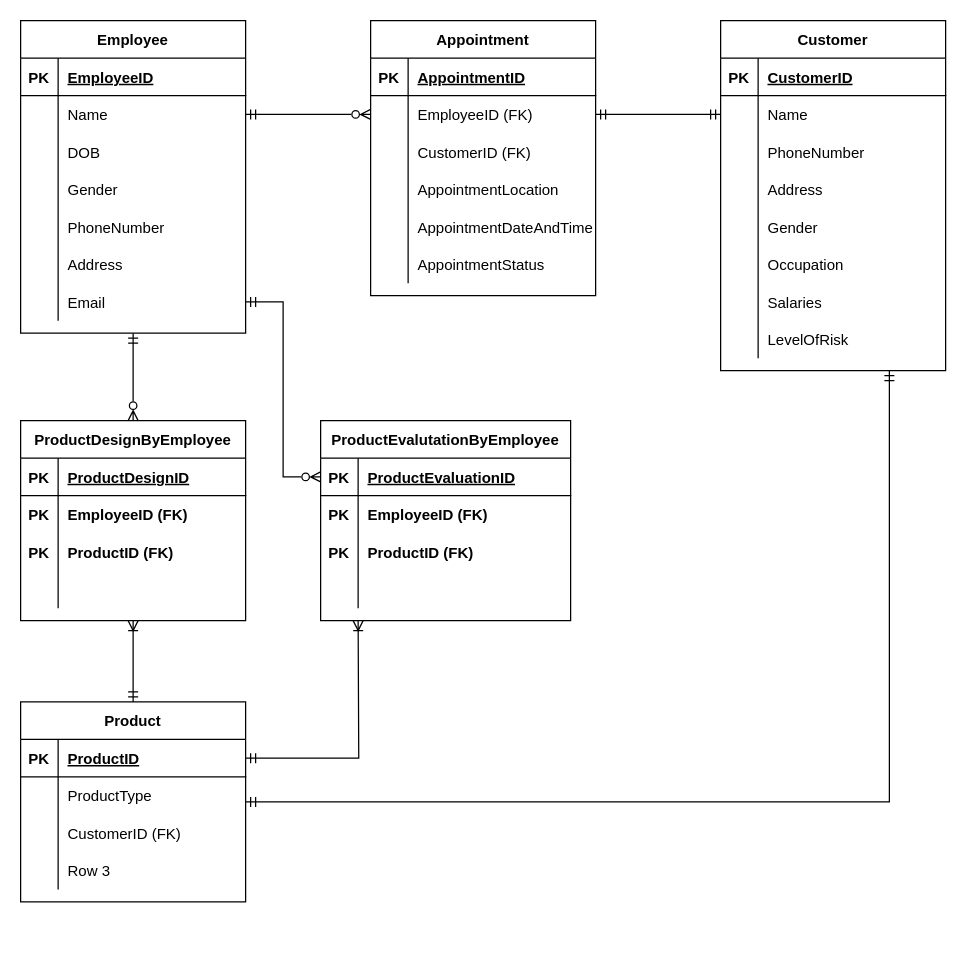
MaxCouling/infomgmt192 keeps this draw.io diagram as Assignment1.drawio. Above is the earlier version. Source tidied: cells renumbered, new cells numbered last; positions are measured from the earlier drawing's top-left corner, leaving out a move shared by most shapes. Both pictures are drawn from the tidied source at 125%, with x=0, y=0 at pixel (20, 20).
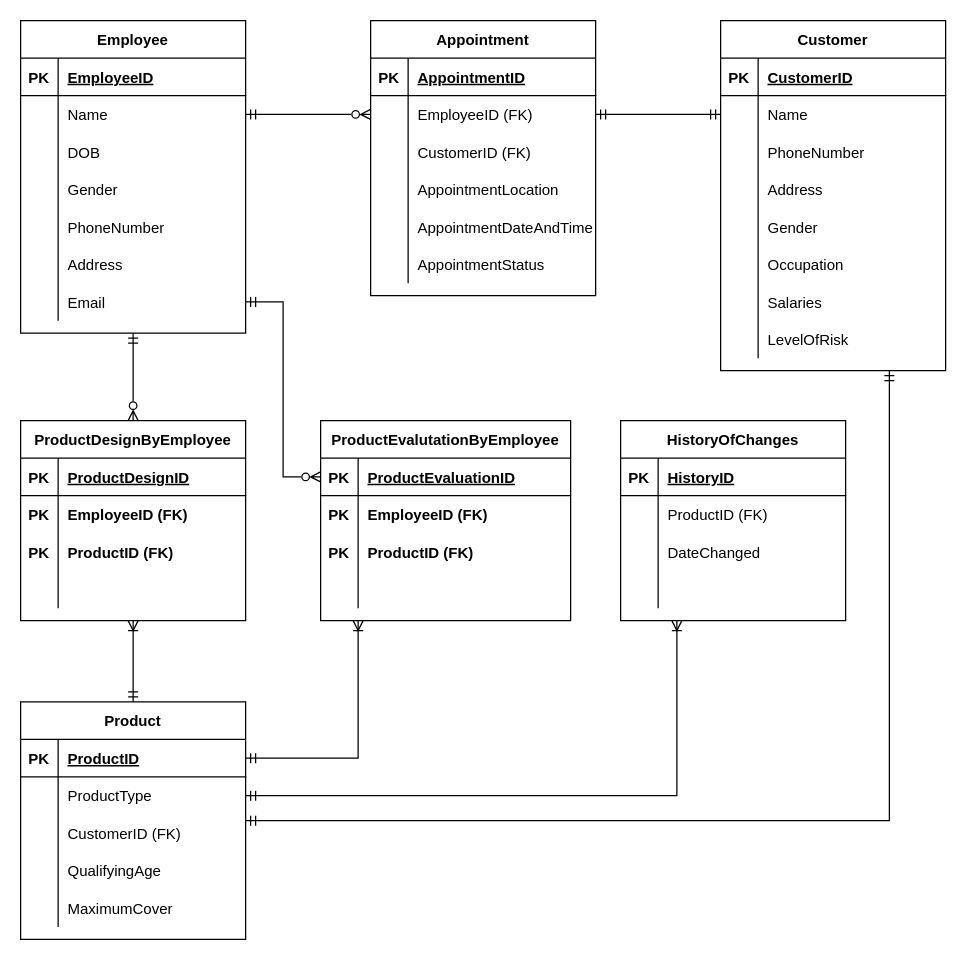
The same diagram, later.

The change refers to these unchanged cells:
```xml
<mxCell id="44" value="Customer" style="shape=table;startSize=30;childLayout=tableLayout;rowLines=0;fontStyle=1;align=center;" parent="1" vertex="1">
  <mxGeometry x="560" width="180" height="280" as="geometry" />
</mxCell>
<mxCell id="74" style="shape=tableRow;horizontal=0;startSize=0;swimlaneHead=0;swimlaneBody=0;fillColor=none;points=[[0,0.5],[1,0.5]];portConstraint=eastwest;top=0;left=0;right=0;bottom=1;" parent="73" vertex="1">
  <mxGeometry y="30" width="180" height="30" as="geometry" />
</mxCell>
<mxCell id="77" style="shape=tableRow;horizontal=0;startSize=0;swimlaneHead=0;swimlaneBody=0;fillColor=none;points=[[0,0.5],[1,0.5]];portConstraint=eastwest;top=0;left=0;right=0;bottom=0;" parent="73" vertex="1">
  <mxGeometry y="60" width="180" height="30" as="geometry" />
</mxCell>
<mxCell id="83" style="shape=tableRow;horizontal=0;startSize=0;swimlaneHead=0;swimlaneBody=0;fillColor=none;top=0;left=0;right=0;bottom=0;" parent="73" vertex="1">
  <mxGeometry y="120" width="180" height="30" as="geometry" />
</mxCell>
```

The edit, as a diff of the source:
```diff
@@
     <mxCell id="71" style="edgeStyle=orthogonalEdgeStyle;rounded=0;jettySize=auto;html=1;entryX=0.75;entryY=1;entryDx=0;entryDy=0;startArrow=ERmandOne;startFill=0;endArrow=ERmandOne;endFill=0;" parent="1" edge="1" source="73" target="44">
-      <mxGeometry relative="1" as="geometry" />
+      <mxGeometry relative="1" as="geometry">
+        <Array as="points">
+          <mxPoint x="695" y="640" />
+        </Array>
+      </mxGeometry>
     </mxCell>
@@
     <mxCell id="73" value="Product" style="shape=table;startSize=30;childLayout=tableLayout;rowLines=0;fontStyle=1;align=center;" parent="1" vertex="1">
-      <mxGeometry y="545" width="180" height="160" as="geometry" />
+      <mxGeometry y="545" width="180" height="190" as="geometry" />
     </mxCell>
@@
-    <mxCell id="85" value="Row 3" style="shape=partialRectangle;fillColor=none;top=0;left=0;bottom=0;right=0;align=left;spacingLeft=6;overflow=hidden;" parent="83" vertex="1">
+    <mxCell id="85" value="QualifyingAge" style="shape=partialRectangle;fillColor=none;top=0;left=0;bottom=0;right=0;align=left;spacingLeft=6;overflow=hidden;" parent="83" vertex="1">
       <mxGeometry x="30" width="150" height="30" as="geometry" />
     </mxCell>
+    <mxCell id="114" style="shape=tableRow;horizontal=0;startSize=0;swimlaneHead=0;swimlaneBody=0;fillColor=none;top=0;left=0;right=0;bottom=0;" parent="73" vertex="1">
+      <mxGeometry y="150" width="180" height="30" as="geometry" />
+    </mxCell>
+    <mxCell id="115" style="shape=partialRectangle;fillColor=none;top=0;left=0;bottom=0;right=0;overflow=hidden;" parent="114" vertex="1">
+      <mxGeometry width="30" height="30" as="geometry" />
+    </mxCell>
+    <mxCell id="116" value="MaximumCover" style="shape=partialRectangle;fillColor=none;top=0;left=0;bottom=0;right=0;align=left;spacingLeft=6;overflow=hidden;" parent="114" vertex="1">
+      <mxGeometry x="30" width="150" height="30" as="geometry" />
+    </mxCell>
@@
     <mxCell id="112" style="edgeStyle=orthogonalEdgeStyle;rounded=0;jettySize=auto;html=1;startArrow=ERmandOne;startFill=0;endArrow=ERoneToMany;endFill=0;" parent="1" edge="1" source="74">
       <mxGeometry relative="1" as="geometry">
         <mxPoint x="270" y="480" as="targetPoint" />
+        <Array as="points">
+          <mxPoint x="270" y="590" />
+        </Array>
       </mxGeometry>
     </mxCell>
@@
+    <mxCell id="117" value="HistoryOfChanges" style="shape=table;startSize=30;childLayout=tableLayout;rowLines=0;fontStyle=1;align=center;" parent="1" vertex="1">
+      <mxGeometry x="480" y="320" width="180" height="160" as="geometry" />
+    </mxCell>
+    <mxCell id="118" style="shape=tableRow;horizontal=0;startSize=0;swimlaneHead=0;swimlaneBody=0;fillColor=none;top=0;left=0;right=0;bottom=1;" parent="117" vertex="1">
+      <mxGeometry y="30" width="180" height="30" as="geometry" />
+    </mxCell>
+    <mxCell id="119" value="PK" style="shape=partialRectangle;fillColor=none;top=0;left=0;bottom=0;right=0;fontStyle=1;overflow=hidden;" parent="118" vertex="1">
+      <mxGeometry width="30" height="30" as="geometry" />
+    </mxCell>
+    <mxCell id="120" value="HistoryID" style="shape=partialRectangle;fillColor=none;top=0;left=0;bottom=0;right=0;align=left;spacingLeft=6;fontStyle=5;overflow=hidden;" parent="118" vertex="1">
+      <mxGeometry x="30" width="150" height="30" as="geometry" />
+    </mxCell>
+    <mxCell id="121" style="shape=tableRow;horizontal=0;startSize=0;swimlaneHead=0;swimlaneBody=0;fillColor=none;top=0;left=0;right=0;bottom=0;" parent="117" vertex="1">
+      <mxGeometry y="60" width="180" height="30" as="geometry" />
+    </mxCell>
+    <mxCell id="122" style="shape=partialRectangle;fillColor=none;top=0;left=0;bottom=0;right=0;overflow=hidden;" parent="121" vertex="1">
+      <mxGeometry width="30" height="30" as="geometry" />
+    </mxCell>
+    <mxCell id="123" value="ProductID (FK)" style="shape=partialRectangle;fillColor=none;top=0;left=0;bottom=0;right=0;align=left;spacingLeft=6;overflow=hidden;" parent="121" vertex="1">
+      <mxGeometry x="30" width="150" height="30" as="geometry" />
+    </mxCell>
+    <mxCell id="124" style="shape=tableRow;horizontal=0;startSize=0;swimlaneHead=0;swimlaneBody=0;fillColor=none;top=0;left=0;right=0;bottom=0;" parent="117" vertex="1">
+      <mxGeometry y="90" width="180" height="30" as="geometry" />
+    </mxCell>
+    <mxCell id="125" style="shape=partialRectangle;fillColor=none;top=0;left=0;bottom=0;right=0;overflow=hidden;" parent="124" vertex="1">
+      <mxGeometry width="30" height="30" as="geometry" />
+    </mxCell>
+    <mxCell id="126" value="DateChanged" style="shape=partialRectangle;fillColor=none;top=0;left=0;bottom=0;right=0;align=left;spacingLeft=6;overflow=hidden;" parent="124" vertex="1">
+      <mxGeometry x="30" width="150" height="30" as="geometry" />
+    </mxCell>
+    <mxCell id="127" style="shape=tableRow;horizontal=0;startSize=0;swimlaneHead=0;swimlaneBody=0;fillColor=none;top=0;left=0;right=0;bottom=0;" parent="117" vertex="1">
+      <mxGeometry y="120" width="180" height="30" as="geometry" />
+    </mxCell>
+    <mxCell id="128" style="shape=partialRectangle;fillColor=none;top=0;left=0;bottom=0;right=0;overflow=hidden;" parent="127" vertex="1">
+      <mxGeometry width="30" height="30" as="geometry" />
+    </mxCell>
+    <mxCell id="129" style="shape=partialRectangle;fillColor=none;top=0;left=0;bottom=0;right=0;align=left;spacingLeft=6;overflow=hidden;" parent="127" vertex="1">
+      <mxGeometry x="30" width="150" height="30" as="geometry" />
+    </mxCell>
+    <mxCell id="130" style="edgeStyle=orthogonalEdgeStyle;rounded=0;jettySize=auto;html=1;entryX=0.25;entryY=1;entryDx=0;entryDy=0;startArrow=ERmandOne;startFill=0;endArrow=ERoneToMany;endFill=0;" parent="1" edge="1" source="77" target="117">
+      <mxGeometry relative="1" as="geometry" />
+    </mxCell>
```
